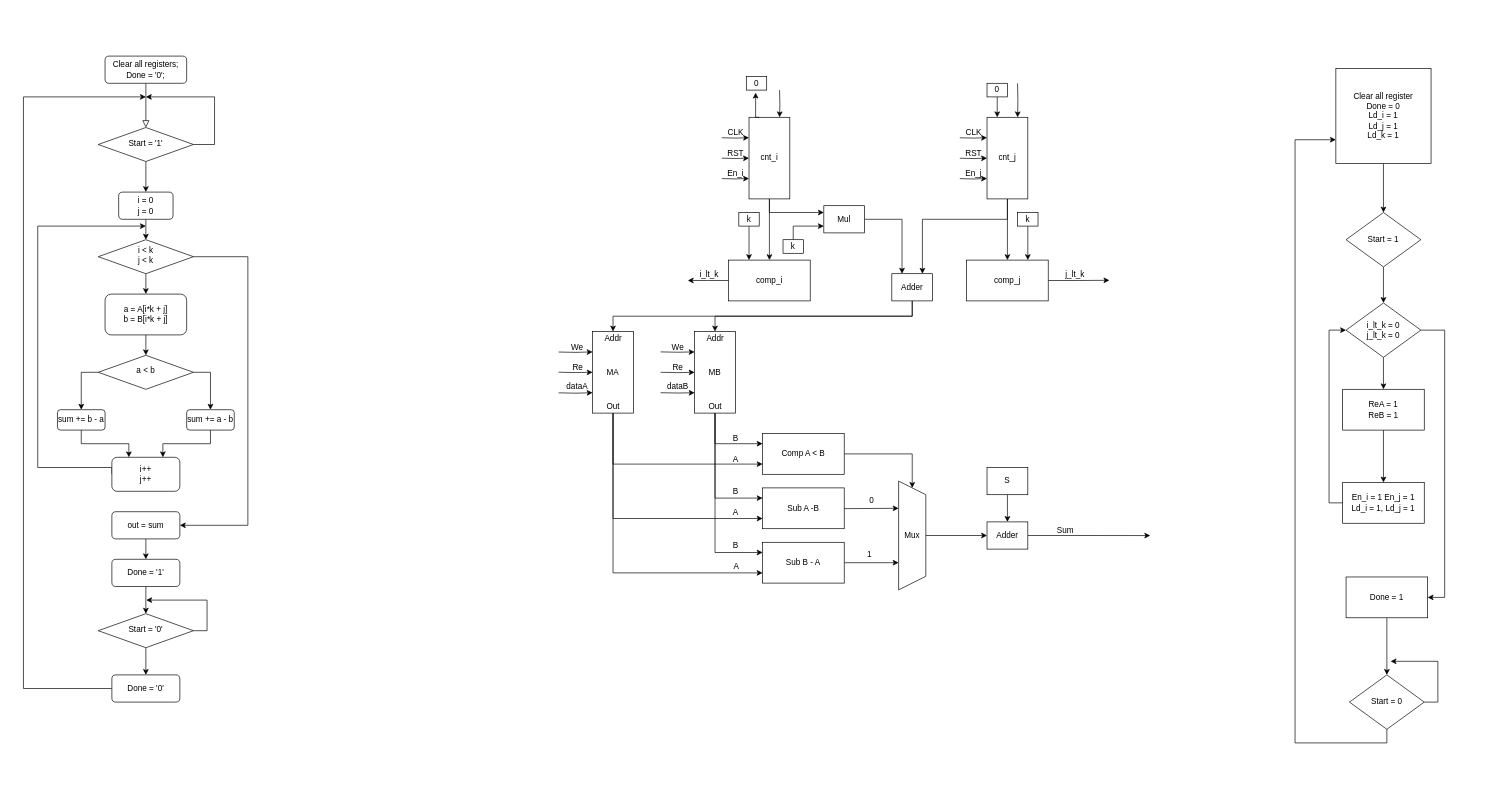
The draw.io diagram Untitled Diagram.drawio in Nsphong1178/FinalProject1, before the edit. Source tidied: cells renumbered, new cells numbered last; positions are measured from the earlier drawing's top-left corner, leaving out a move shared by most shapes. Both pictures are drawn from the tidied source at 68%, with x=0, y=0 at pixel (23, 56).
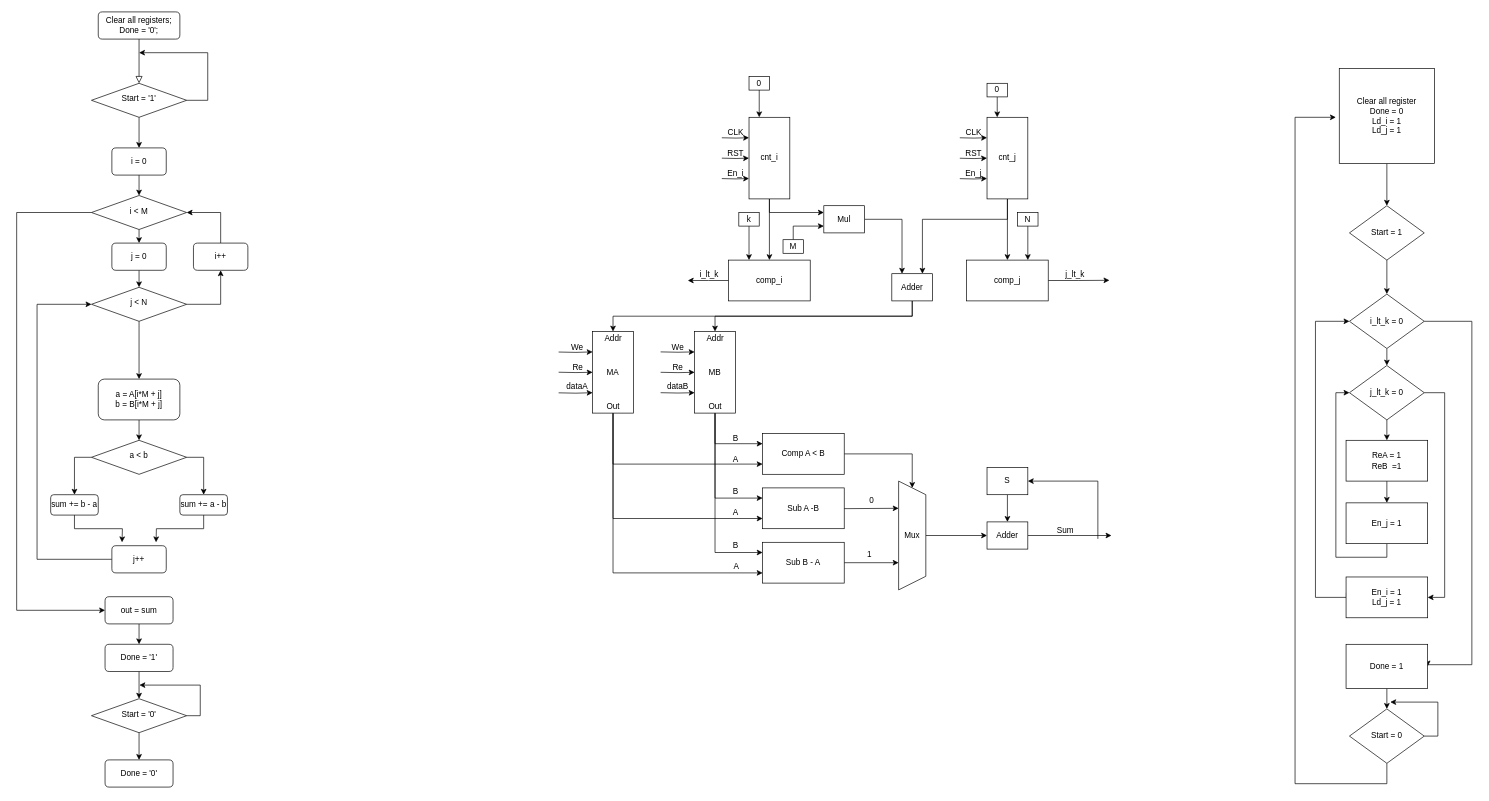
The same page after the edit.

Unchanged cells that the change refers to:
```xml
<mxCell id="38" value="cnt_j" style="rounded=0;whiteSpace=wrap;html=1;direction=south;" parent="1" vertex="1">
  <mxGeometry x="1417" y="90" width="60" height="120" as="geometry" />
</mxCell>
<mxCell id="47" value="cnt_i" style="rounded=0;whiteSpace=wrap;html=1;direction=south;" parent="1" vertex="1">
  <mxGeometry x="1067" y="90" width="60" height="120" as="geometry" />
</mxCell>
<mxCell id="87" value="Adder" style="rounded=0;whiteSpace=wrap;html=1;" parent="1" vertex="1">
  <mxGeometry x="1417" y="685" width="60" height="40" as="geometry" />
</mxCell>
```

Change to the diagram source:
```diff
@@
     <mxCell id="3" value="Clear all registers;&lt;div&gt;Done = '0';&lt;/div&gt;" style="rounded=1;whiteSpace=wrap;html=1;fontSize=12;glass=0;strokeWidth=1;shadow=0;" parent="1" vertex="1">
-      <mxGeometry x="120" width="120" height="40" as="geometry" />
+      <mxGeometry x="110" y="-65" width="120" height="40" as="geometry" />
     </mxCell>
@@
     <mxCell id="5" style="edgeStyle=orthogonalEdgeStyle;rounded=0;jettySize=auto;html=1;exitX=1;exitY=0.5;exitDx=0;exitDy=0;" parent="1" edge="1" source="6">
       <mxGeometry relative="1" as="geometry">
-        <mxPoint x="180" y="60" as="targetPoint" />
+        <mxPoint x="170" y="-5" as="targetPoint" />
         <Array as="points">
-          <mxPoint x="281" y="130" />
+          <mxPoint x="271" y="65" />
         </Array>
       </mxGeometry>
     </mxCell>
     <mxCell id="6" value="Start = '1'" style="rhombus;whiteSpace=wrap;html=1;shadow=0;fontFamily=Helvetica;fontSize=12;align=center;strokeWidth=1;spacing=6;spacingTop=-4;" parent="1" vertex="1">
-      <mxGeometry x="110" y="105" width="140" height="50" as="geometry" />
+      <mxGeometry x="100" y="40" width="140" height="50" as="geometry" />
     </mxCell>
@@
-    <mxCell id="8" value="i = 0&lt;div&gt;j = 0&lt;/div&gt;" style="rounded=1;whiteSpace=wrap;html=1;" parent="1" vertex="1">
-      <mxGeometry x="140" y="200" width="80" height="40" as="geometry" />
+    <mxCell id="8" value="i = 0" style="rounded=1;whiteSpace=wrap;html=1;" parent="1" vertex="1">
+      <mxGeometry x="130" y="135" width="80" height="40" as="geometry" />
     </mxCell>
@@
-    <mxCell id="10" value="a = A[i*k + j]&lt;div&gt;b = B[i*k + j]&lt;/div&gt;" style="rounded=1;whiteSpace=wrap;html=1;" parent="1" vertex="1">
-      <mxGeometry x="120" y="350" width="120" height="60" as="geometry" />
+    <mxCell id="10" value="a = A[i*M + j]&lt;div&gt;b = B[i*M + j]&lt;/div&gt;" style="rounded=1;whiteSpace=wrap;html=1;" parent="1" vertex="1">
+      <mxGeometry x="110" y="475" width="120" height="60" as="geometry" />
     </mxCell>
-    <mxCell id="11" style="edgeStyle=orthogonalEdgeStyle;rounded=0;jettySize=auto;html=1;exitX=0.5;exitY=1;exitDx=0;exitDy=0;entryX=0.5;entryY=0;entryDx=0;entryDy=0;" parent="1" edge="1" source="13" target="10">
-      <mxGeometry relative="1" as="geometry" />
-    </mxCell>
+    <mxCell id="134" style="edgeStyle=orthogonalEdgeStyle;rounded=0;jettySize=auto;html=1;exitX=0.5;exitY=1;exitDx=0;exitDy=0;entryX=0.5;entryY=0;entryDx=0;entryDy=0;" parent="1" edge="1" source="13" target="141">
+      <mxGeometry relative="1" as="geometry" />
+    </mxCell>
-    <mxCell id="12" style="edgeStyle=orthogonalEdgeStyle;rounded=0;jettySize=auto;html=1;exitX=1;exitY=0.5;exitDx=0;exitDy=0;entryX=1;entryY=0.5;entryDx=0;entryDy=0;" parent="1" edge="1" source="13" target="24">
+    <mxCell id="12" style="edgeStyle=orthogonalEdgeStyle;rounded=0;jettySize=auto;html=1;exitX=0;exitY=0.5;exitDx=0;exitDy=0;entryX=0;entryY=0.5;entryDx=0;entryDy=0;" parent="1" edge="1" source="13" target="24">
       <mxGeometry relative="1" as="geometry">
         <Array as="points">
-          <mxPoint x="330" y="295" />
-          <mxPoint x="330" y="690" />
+          <mxPoint x="-10" y="230" />
+          <mxPoint x="-10" y="815" />
         </Array>
       </mxGeometry>
     </mxCell>
-    <mxCell id="13" value="i &amp;lt; k&lt;div&gt;j &amp;lt; k&lt;/div&gt;" style="rhombus;whiteSpace=wrap;html=1;shadow=0;fontFamily=Helvetica;fontSize=12;align=center;strokeWidth=1;spacing=6;spacingTop=-4;" parent="1" vertex="1">
-      <mxGeometry x="110" y="270" width="140" height="50" as="geometry" />
+    <mxCell id="13" value="i &amp;lt; M" style="rhombus;whiteSpace=wrap;html=1;shadow=0;fontFamily=Helvetica;fontSize=12;align=center;strokeWidth=1;spacing=6;spacingTop=-4;" parent="1" vertex="1">
+      <mxGeometry x="100" y="205" width="140" height="50" as="geometry" />
     </mxCell>
@@
     <mxCell id="16" value="a &amp;lt; b" style="rhombus;whiteSpace=wrap;html=1;shadow=0;fontFamily=Helvetica;fontSize=12;align=center;strokeWidth=1;spacing=6;spacingTop=-4;" parent="1" vertex="1">
-      <mxGeometry x="110" y="440" width="140" height="50" as="geometry" />
+      <mxGeometry x="100" y="565" width="140" height="50" as="geometry" />
     </mxCell>
-    <mxCell id="17" style="edgeStyle=orthogonalEdgeStyle;rounded=0;jettySize=auto;html=1;exitX=0.5;exitY=1;exitDx=0;exitDy=0;entryX=0.25;entryY=0;entryDx=0;entryDy=0;" parent="1" edge="1" source="18" target="22">
-      <mxGeometry relative="1" as="geometry" />
+    <mxCell id="17" style="edgeStyle=orthogonalEdgeStyle;rounded=0;jettySize=auto;html=1;exitX=0.5;exitY=1;exitDx=0;exitDy=0;entryX=0.25;entryY=0;entryDx=0;entryDy=0;" parent="1" edge="1" source="18">
+      <mxGeometry relative="1" as="geometry">
+        <mxPoint x="145" y="715" as="targetPoint" />
+      </mxGeometry>
     </mxCell>
     <mxCell id="18" value="sum += b - a" style="rounded=1;whiteSpace=wrap;html=1;" parent="1" vertex="1">
-      <mxGeometry x="50" y="520" width="70" height="30" as="geometry" />
+      <mxGeometry x="40" y="645" width="70" height="30" as="geometry" />
     </mxCell>
-    <mxCell id="19" style="edgeStyle=orthogonalEdgeStyle;rounded=0;jettySize=auto;html=1;exitX=0.5;exitY=1;exitDx=0;exitDy=0;entryX=0.75;entryY=0;entryDx=0;entryDy=0;" parent="1" edge="1" source="20" target="22">
-      <mxGeometry relative="1" as="geometry" />
+    <mxCell id="19" style="edgeStyle=orthogonalEdgeStyle;rounded=0;jettySize=auto;html=1;exitX=0.5;exitY=1;exitDx=0;exitDy=0;entryX=0.75;entryY=0;entryDx=0;entryDy=0;" parent="1" edge="1" source="20">
+      <mxGeometry relative="1" as="geometry">
+        <mxPoint x="195" y="715" as="targetPoint" />
+      </mxGeometry>
     </mxCell>
     <mxCell id="20" value="sum += a - b" style="rounded=1;whiteSpace=wrap;html=1;" parent="1" vertex="1">
-      <mxGeometry x="240" y="520" width="70" height="30" as="geometry" />
+      <mxGeometry x="230" y="645" width="70" height="30" as="geometry" />
     </mxCell>
-    <mxCell id="21" style="edgeStyle=orthogonalEdgeStyle;rounded=0;jettySize=auto;html=1;exitX=0;exitY=0.5;exitDx=0;exitDy=0;" parent="1" edge="1" source="22">
-      <mxGeometry relative="1" as="geometry">
-        <mxPoint x="180" y="250" as="targetPoint" />
-        <Array as="points">
-          <mxPoint x="21" y="605" />
-          <mxPoint x="21" y="250" />
-        </Array>
-      </mxGeometry>
-    </mxCell>
-    <mxCell id="22" value="i++&lt;div&gt;j++&lt;/div&gt;" style="rounded=1;whiteSpace=wrap;html=1;" parent="1" vertex="1">
-      <mxGeometry x="130" y="590" width="100" height="50" as="geometry" />
-    </mxCell>
@@
     <mxCell id="24" value="out = sum" style="rounded=1;whiteSpace=wrap;html=1;" parent="1" vertex="1">
-      <mxGeometry x="130" y="670" width="100" height="40" as="geometry" />
+      <mxGeometry x="120" y="795" width="100" height="40" as="geometry" />
     </mxCell>
@@
     <mxCell id="26" value="Done = '1'" style="rounded=1;whiteSpace=wrap;html=1;" parent="1" vertex="1">
-      <mxGeometry x="130" y="740" width="100" height="40" as="geometry" />
+      <mxGeometry x="120" y="865" width="100" height="40" as="geometry" />
     </mxCell>
@@
     <mxCell id="28" style="edgeStyle=orthogonalEdgeStyle;rounded=0;jettySize=auto;html=1;exitX=1;exitY=0.5;exitDx=0;exitDy=0;" parent="1" edge="1" source="29">
       <mxGeometry relative="1" as="geometry">
-        <mxPoint x="180" y="800" as="targetPoint" />
+        <mxPoint x="170" y="925" as="targetPoint" />
       </mxGeometry>
     </mxCell>
     <mxCell id="29" value="Start = '0'" style="rhombus;whiteSpace=wrap;html=1;shadow=0;fontFamily=Helvetica;fontSize=12;align=center;strokeWidth=1;spacing=6;spacingTop=-4;" parent="1" vertex="1">
-      <mxGeometry x="110" y="820" width="140" height="50" as="geometry" />
+      <mxGeometry x="100" y="945" width="140" height="50" as="geometry" />
     </mxCell>
-    <mxCell id="30" style="edgeStyle=orthogonalEdgeStyle;rounded=0;jettySize=auto;html=1;exitX=0;exitY=0.5;exitDx=0;exitDy=0;" parent="1" edge="1" source="31">
-      <mxGeometry relative="1" as="geometry">
-        <mxPoint x="180" y="60" as="targetPoint" />
-        <Array as="points">
-          <mxPoint y="930" />
-          <mxPoint y="60" />
-        </Array>
-      </mxGeometry>
-    </mxCell>
     <mxCell id="31" value="Done = '0'" style="rounded=1;whiteSpace=wrap;html=1;" parent="1" vertex="1">
-      <mxGeometry x="130" y="910" width="100" height="40" as="geometry" />
+      <mxGeometry x="120" y="1035" width="100" height="40" as="geometry" />
     </mxCell>
@@
-    <mxCell id="37" style="edgeStyle=orthogonalEdgeStyle;rounded=0;jettySize=auto;html=1;exitX=0;exitY=0.25;exitDx=0;exitDy=0;entryX=0;entryY=0.25;entryDx=0;entryDy=0;" parent="1" edge="1" target="38">
-      <mxGeometry relative="1" as="geometry">
-        <mxPoint x="1461.9" y="40" as="sourcePoint" />
-      </mxGeometry>
-    </mxCell>
@@
-    <mxCell id="46" style="edgeStyle=orthogonalEdgeStyle;rounded=0;jettySize=auto;html=1;exitX=0;exitY=0.25;exitDx=0;exitDy=0;entryX=0;entryY=0.25;entryDx=0;entryDy=0;" parent="1" edge="1" target="47">
-      <mxGeometry relative="1" as="geometry">
-        <mxPoint x="1111.9" y="50" as="sourcePoint" />
-      </mxGeometry>
-    </mxCell>
@@
-    <mxCell id="53" value="k" style="rounded=0;whiteSpace=wrap;html=1;" parent="1" vertex="1">
+    <mxCell id="53" value="N" style="rounded=0;whiteSpace=wrap;html=1;" parent="1" vertex="1">
       <mxGeometry x="1462" y="230" width="30" height="20" as="geometry" />
     </mxCell>
@@
     <mxCell id="70" value="0" style="rounded=0;whiteSpace=wrap;html=1;" parent="1" vertex="1">
-      <mxGeometry x="1063" y="30" width="30" height="20" as="geometry" />
+      <mxGeometry x="1067" y="30" width="30" height="20" as="geometry" />
     </mxCell>
@@
-    <mxCell id="76" value="k" style="rounded=0;whiteSpace=wrap;html=1;" parent="1" vertex="1">
+    <mxCell id="76" value="M" style="rounded=0;whiteSpace=wrap;html=1;" parent="1" vertex="1">
       <mxGeometry x="1117" y="270" width="30" height="20" as="geometry" />
     </mxCell>
@@
     <mxCell id="86" style="edgeStyle=orthogonalEdgeStyle;rounded=0;jettySize=auto;html=1;exitX=1;exitY=0.5;exitDx=0;exitDy=0;" parent="1" edge="1" source="87">
       <mxGeometry relative="1" as="geometry">
-        <mxPoint x="1657" y="705.1" as="targetPoint" />
+        <mxPoint x="1600" y="705" as="targetPoint" />
       </mxGeometry>
     </mxCell>
@@
+    <mxCell id="135" style="edgeStyle=orthogonalEdgeStyle;rounded=0;orthogonalLoop=1;jettySize=auto;html=1;entryX=1;entryY=0.5;entryDx=0;entryDy=0;" parent="1" edge="1">
+      <mxGeometry relative="1" as="geometry">
+        <mxPoint x="1580" y="710" as="sourcePoint" />
+        <mxPoint x="1477" y="625" as="targetPoint" />
+        <Array as="points">
+          <mxPoint x="1580" y="625" />
+        </Array>
+      </mxGeometry>
+    </mxCell>
@@
-    <mxCell id="117" style="edgeStyle=orthogonalEdgeStyle;rounded=0;jettySize=auto;html=1;exitX=0;exitY=0.75;exitDx=0;exitDy=0;entryX=0.458;entryY=1.186;entryDx=0;entryDy=0;entryPerimeter=0;" parent="1" edge="1" source="47" target="70">
+    <mxCell id="117" style="edgeStyle=orthogonalEdgeStyle;rounded=0;jettySize=auto;html=1;exitX=0.5;exitY=1;exitDx=0;exitDy=0;entryX=0;entryY=0.75;entryDx=0;entryDy=0;" parent="1" edge="1" source="70" target="47">
       <mxGeometry relative="1" as="geometry" />
     </mxCell>
@@
-    <mxCell id="119" value="Clear all register&lt;div&gt;Done = 0&lt;/div&gt;&lt;div&gt;Ld_i = 1&lt;/div&gt;&lt;div&gt;Ld_j = 1&lt;/div&gt;&lt;div&gt;Ld_k = 1&lt;/div&gt;" style="whiteSpace=wrap;html=1;" parent="1" vertex="1">
-      <mxGeometry x="1930" y="18" width="140" height="140" as="geometry" />
+    <mxCell id="119" value="Clear all register&lt;div&gt;Done = 0&lt;/div&gt;&lt;div&gt;Ld_i = 1&lt;/div&gt;&lt;div&gt;Ld_j = 1&lt;/div&gt;" style="whiteSpace=wrap;html=1;" parent="1" vertex="1">
+      <mxGeometry x="1935" y="18" width="140" height="140" as="geometry" />
     </mxCell>
@@
     <mxCell id="121" value="Start = 1" style="rhombus;whiteSpace=wrap;html=1;" parent="1" vertex="1">
-      <mxGeometry x="1945" y="230" width="110" height="80" as="geometry" />
+      <mxGeometry x="1950" y="220" width="110" height="80" as="geometry" />
     </mxCell>
-    <mxCell id="122" style="edgeStyle=orthogonalEdgeStyle;rounded=0;jettySize=auto;html=1;exitX=0.5;exitY=1;exitDx=0;exitDy=0;entryX=0.5;entryY=0;entryDx=0;entryDy=0;" parent="1" edge="1" source="124" target="126">
-      <mxGeometry relative="1" as="geometry" />
-    </mxCell>
-    <mxCell id="123" style="edgeStyle=orthogonalEdgeStyle;rounded=0;jettySize=auto;html=1;exitX=1;exitY=0.5;exitDx=0;exitDy=0;" parent="1" edge="1" source="124" target="130">
+    <mxCell id="123" style="edgeStyle=orthogonalEdgeStyle;rounded=0;jettySize=auto;html=1;exitX=1;exitY=0.5;exitDx=0;exitDy=0;" parent="1" edge="1" source="150" target="130">
       <mxGeometry relative="1" as="geometry">
         <Array as="points">
-          <mxPoint x="2090" y="403" />
+          <mxPoint x="2090" y="495" />
           <mxPoint x="2090" y="796" />
         </Array>
       </mxGeometry>
     </mxCell>
+    <mxCell id="136" style="edgeStyle=orthogonalEdgeStyle;rounded=0;jettySize=auto;html=1;exitX=0.5;exitY=1;exitDx=0;exitDy=0;entryX=0.5;entryY=0;entryDx=0;entryDy=0;" parent="1" edge="1" source="124" target="150">
+      <mxGeometry relative="1" as="geometry" />
+    </mxCell>
+    <mxCell id="137" style="edgeStyle=orthogonalEdgeStyle;rounded=0;jettySize=auto;html=1;exitX=1;exitY=0.5;exitDx=0;exitDy=0;entryX=1;entryY=0.5;entryDx=0;entryDy=0;" parent="1" edge="1" source="124" target="152">
+      <mxGeometry relative="1" as="geometry">
+        <Array as="points">
+          <mxPoint x="2130" y="390" />
+          <mxPoint x="2130" y="895" />
+        </Array>
+      </mxGeometry>
+    </mxCell>
-    <mxCell id="124" value="i_lt_k = 0&lt;div&gt;j_lt_k = 0&lt;/div&gt;" style="rhombus;whiteSpace=wrap;html=1;" parent="1" vertex="1">
-      <mxGeometry x="1945" y="363" width="110" height="80" as="geometry" />
+    <mxCell id="124" value="i_lt_k = 0" style="rhombus;whiteSpace=wrap;html=1;" parent="1" vertex="1">
+      <mxGeometry x="1950" y="350" width="110" height="80" as="geometry" />
     </mxCell>
-    <mxCell id="125" style="edgeStyle=orthogonalEdgeStyle;rounded=0;jettySize=auto;html=1;exitX=0.5;exitY=1;exitDx=0;exitDy=0;entryX=0.5;entryY=0;entryDx=0;entryDy=0;" parent="1" edge="1" source="126" target="128">
-      <mxGeometry relative="1" as="geometry" />
-    </mxCell>
+    <mxCell id="138" style="edgeStyle=orthogonalEdgeStyle;rounded=0;jettySize=auto;html=1;exitX=0.5;exitY=1;exitDx=0;exitDy=0;entryX=0.5;entryY=0;entryDx=0;entryDy=0;" parent="1" edge="1" source="126" target="154">
+      <mxGeometry relative="1" as="geometry" />
+    </mxCell>
-    <mxCell id="126" value="ReA = 1&lt;div&gt;ReB = 1&lt;/div&gt;" style="rounded=0;whiteSpace=wrap;html=1;" parent="1" vertex="1">
-      <mxGeometry x="1940" y="490" width="120" height="60" as="geometry" />
+    <mxCell id="126" value="ReA = 1&lt;div&gt;ReB&amp;nbsp; =1&lt;/div&gt;" style="rounded=0;whiteSpace=wrap;html=1;" parent="1" vertex="1">
+      <mxGeometry x="1945" y="565" width="120" height="60" as="geometry" />
     </mxCell>
-    <mxCell id="127" style="edgeStyle=orthogonalEdgeStyle;rounded=0;jettySize=auto;html=1;exitX=0;exitY=0.5;exitDx=0;exitDy=0;entryX=0;entryY=0.5;entryDx=0;entryDy=0;" parent="1" edge="1" source="128" target="124">
-      <mxGeometry relative="1" as="geometry" />
+    <mxCell id="127" style="edgeStyle=orthogonalEdgeStyle;rounded=0;jettySize=auto;html=1;exitX=0.004;exitY=0.386;exitDx=0;exitDy=0;entryX=0;entryY=0.5;entryDx=0;entryDy=0;exitPerimeter=0;" parent="1" edge="1" source="130" target="124">
+      <mxGeometry relative="1" as="geometry">
+        <Array as="points">
+          <mxPoint x="1945" y="796" />
+          <mxPoint x="1900" y="796" />
+          <mxPoint x="1900" y="390" />
+        </Array>
+      </mxGeometry>
     </mxCell>
-    <mxCell id="128" value="En_i = 1 En_j = 1&lt;div&gt;Ld_i = 1, Ld_j = 1&lt;/div&gt;" style="rounded=0;whiteSpace=wrap;html=1;" parent="1" vertex="1">
-      <mxGeometry x="1940" y="627" width="120" height="60" as="geometry" />
-    </mxCell>
-    <mxCell id="129" style="edgeStyle=orthogonalEdgeStyle;rounded=0;jettySize=auto;html=1;exitX=0.5;exitY=1;exitDx=0;exitDy=0;entryX=0.5;entryY=0;entryDx=0;entryDy=0;" parent="1" edge="1" source="130" target="133">
-      <mxGeometry relative="1" as="geometry" />
-    </mxCell>
-    <mxCell id="130" value="Done = 1" style="rounded=0;whiteSpace=wrap;html=1;" parent="1" vertex="1">
+    <mxCell id="130" value="En_i = 1&lt;div&gt;Ld_j = 1&lt;/div&gt;" style="rounded=0;whiteSpace=wrap;html=1;" parent="1" vertex="1">
       <mxGeometry x="1945" y="766" width="120" height="60" as="geometry" />
     </mxCell>
-    <mxCell id="131" style="edgeStyle=orthogonalEdgeStyle;rounded=0;jettySize=auto;html=1;exitX=0.5;exitY=1;exitDx=0;exitDy=0;entryX=0;entryY=0.75;entryDx=0;entryDy=0;" parent="1" edge="1" source="133" target="119">
+    <mxCell id="131" style="edgeStyle=orthogonalEdgeStyle;rounded=0;jettySize=auto;html=1;exitX=0.5;exitY=1;exitDx=0;exitDy=0;" parent="1" edge="1" source="133">
       <mxGeometry relative="1" as="geometry">
+        <mxPoint x="1930" y="90" as="targetPoint" />
         <Array as="points">
-          <mxPoint x="2005" y="1010" />
-          <mxPoint x="1870" y="1010" />
-          <mxPoint x="1870" y="123" />
+          <mxPoint x="2005" y="1070" />
+          <mxPoint x="1870" y="1070" />
+          <mxPoint x="1870" y="90" />
         </Array>
       </mxGeometry>
     </mxCell>
-    <mxCell id="132" style="edgeStyle=orthogonalEdgeStyle;rounded=0;jettySize=auto;html=1;exitX=1;exitY=0.5;exitDx=0;exitDy=0;" parent="1" edge="1" source="133">
-      <mxGeometry relative="1" as="geometry">
-        <mxPoint x="2010" y="890" as="targetPoint" />
-      </mxGeometry>
-    </mxCell>
+    <mxCell id="139" style="edgeStyle=orthogonalEdgeStyle;rounded=0;jettySize=auto;html=1;exitX=1;exitY=0.5;exitDx=0;exitDy=0;" parent="1" edge="1" source="133">
+      <mxGeometry relative="1" as="geometry">
+        <mxPoint x="2010" y="950" as="targetPoint" />
+        <Array as="points">
+          <mxPoint x="2080" y="1000" />
+          <mxPoint x="2080" y="950" />
+        </Array>
+      </mxGeometry>
+    </mxCell>
     <mxCell id="133" value="Start = 0" style="rhombus;whiteSpace=wrap;html=1;" parent="1" vertex="1">
-      <mxGeometry x="1950" y="910" width="110" height="80" as="geometry" />
+      <mxGeometry x="1950" y="960" width="110" height="80" as="geometry" />
     </mxCell>
+    <mxCell id="140" style="edgeStyle=orthogonalEdgeStyle;rounded=0;jettySize=auto;html=1;exitX=0.5;exitY=1;exitDx=0;exitDy=0;entryX=0.5;entryY=0;entryDx=0;entryDy=0;" parent="1" edge="1" source="141" target="144">
+      <mxGeometry relative="1" as="geometry" />
+    </mxCell>
+    <mxCell id="141" value="j = 0" style="rounded=1;whiteSpace=wrap;html=1;" parent="1" vertex="1">
+      <mxGeometry x="130" y="275" width="80" height="40" as="geometry" />
+    </mxCell>
+    <mxCell id="142" style="edgeStyle=orthogonalEdgeStyle;rounded=0;jettySize=auto;html=1;exitX=0.5;exitY=1;exitDx=0;exitDy=0;" parent="1" edge="1" source="144" target="10">
+      <mxGeometry relative="1" as="geometry" />
+    </mxCell>
+    <mxCell id="143" style="edgeStyle=orthogonalEdgeStyle;rounded=0;jettySize=auto;html=1;exitX=1;exitY=0.5;exitDx=0;exitDy=0;entryX=0.5;entryY=1;entryDx=0;entryDy=0;" parent="1" edge="1" source="144" target="148">
+      <mxGeometry relative="1" as="geometry" />
+    </mxCell>
+    <mxCell id="144" value="j &amp;lt; N" style="rhombus;whiteSpace=wrap;html=1;shadow=0;fontFamily=Helvetica;fontSize=12;align=center;strokeWidth=1;spacing=6;spacingTop=-4;" parent="1" vertex="1">
+      <mxGeometry x="100" y="340" width="140" height="50" as="geometry" />
+    </mxCell>
+    <mxCell id="145" style="edgeStyle=orthogonalEdgeStyle;rounded=0;jettySize=auto;html=1;exitX=0;exitY=0.5;exitDx=0;exitDy=0;entryX=0;entryY=0.5;entryDx=0;entryDy=0;" parent="1" edge="1" source="146" target="144">
+      <mxGeometry relative="1" as="geometry">
+        <Array as="points">
+          <mxPoint x="20" y="740" />
+          <mxPoint x="20" y="365" />
+        </Array>
+      </mxGeometry>
+    </mxCell>
+    <mxCell id="146" value="j++" style="rounded=1;whiteSpace=wrap;html=1;" parent="1" vertex="1">
+      <mxGeometry x="130" y="720" width="80" height="40" as="geometry" />
+    </mxCell>
+    <mxCell id="147" style="edgeStyle=orthogonalEdgeStyle;rounded=0;jettySize=auto;html=1;exitX=0.5;exitY=0;exitDx=0;exitDy=0;entryX=1;entryY=0.5;entryDx=0;entryDy=0;" parent="1" edge="1" source="148" target="13">
+      <mxGeometry relative="1" as="geometry" />
+    </mxCell>
+    <mxCell id="148" value="i++" style="rounded=1;whiteSpace=wrap;html=1;" parent="1" vertex="1">
+      <mxGeometry x="250" y="275" width="80" height="40" as="geometry" />
+    </mxCell>
+    <mxCell id="149" style="edgeStyle=orthogonalEdgeStyle;rounded=0;jettySize=auto;html=1;exitX=0.5;exitY=1;exitDx=0;exitDy=0;entryX=0.5;entryY=0;entryDx=0;entryDy=0;" parent="1" edge="1" source="150" target="126">
+      <mxGeometry relative="1" as="geometry" />
+    </mxCell>
+    <mxCell id="150" value="j_lt_k = 0" style="rhombus;whiteSpace=wrap;html=1;" parent="1" vertex="1">
+      <mxGeometry x="1950" y="455" width="110" height="80" as="geometry" />
+    </mxCell>
+    <mxCell id="151" style="edgeStyle=orthogonalEdgeStyle;rounded=0;jettySize=auto;html=1;exitX=0.5;exitY=1;exitDx=0;exitDy=0;entryX=0.5;entryY=0;entryDx=0;entryDy=0;" parent="1" edge="1" source="152" target="133">
+      <mxGeometry relative="1" as="geometry" />
+    </mxCell>
+    <mxCell id="152" value="Done = 1" style="rounded=0;whiteSpace=wrap;html=1;" parent="1" vertex="1">
+      <mxGeometry x="1945" y="865" width="120" height="65" as="geometry" />
+    </mxCell>
+    <mxCell id="153" style="edgeStyle=orthogonalEdgeStyle;rounded=0;jettySize=auto;html=1;exitX=0.5;exitY=1;exitDx=0;exitDy=0;entryX=0;entryY=0.5;entryDx=0;entryDy=0;" parent="1" edge="1" source="154" target="150">
+      <mxGeometry relative="1" as="geometry" />
+    </mxCell>
+    <mxCell id="154" value="En_j = 1" style="rounded=0;whiteSpace=wrap;html=1;" parent="1" vertex="1">
+      <mxGeometry x="1945" y="657" width="120" height="60" as="geometry" />
+    </mxCell>
```
